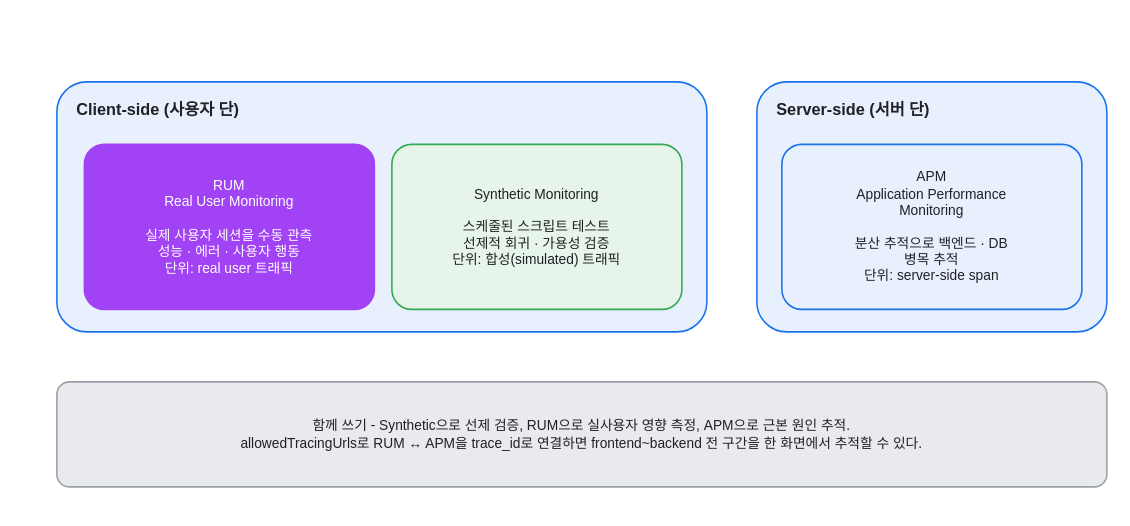
KKamJi98/kkamji98.github.io keeps this draw.io diagram as assets/img/observability/datadog-rum-03-positioning.drawio. Above is the earlier version. Source tidied: cells renumbered, new cells numbered last; positions are measured from the earlier drawing's top-left corner, leaving out a move shared by most shapes. Both pictures are drawn from the tidied source at 125%, with x=0, y=0 at pixel (56, 81).
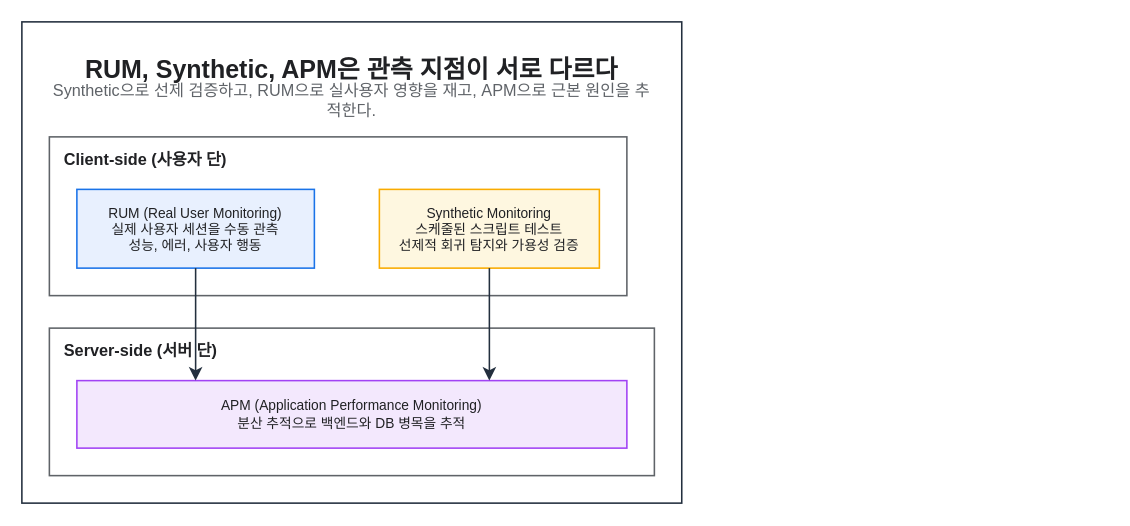
After the change.

What changed in the source:
```diff
@@
 <mxGraphModel background="#FFFFFF">
   <root>
     <mxCell id="0" />
     <mxCell id="1" parent="0" />
+    <mxCell id="8" style="rounded=0;html=0;fillColor=none;strokeColor=#232F3E;fontColor=#202124;strokeWidth=1.25;" parent="1" vertex="1">
+      <mxGeometry x="-28" y="-48" width="527.9" height="385" as="geometry" />
+    </mxCell>
+    <mxCell id="9" value="RUM, Synthetic, APM은 관측 지점이 서로 다르다" style="text;html=0;whiteSpace=wrap;fillColor=none;strokeColor=none;fontColor=#202124;fontSize=20;fontStyle=1;align=center;verticalAlign=middle;" parent="1" vertex="1">
+      <mxGeometry x="-6" y="-26" width="483.9" height="30" as="geometry" />
+    </mxCell>
+    <mxCell id="10" value="Synthetic으로 선제 검증하고, RUM으로 실사용자 영향을 재고, APM으로 근본 원인을 추적한다." style="text;html=0;whiteSpace=wrap;fillColor=none;strokeColor=none;fontColor=#5F6368;fontSize=13;fontStyle=0;align=center;verticalAlign=middle;" parent="1" vertex="1">
+      <mxGeometry x="-6" y="4" width="483.9" height="22" as="geometry" />
+    </mxCell>
-    <mxCell id="2" value="Client-side (사용자 단)" style="rounded=1;whiteSpace=wrap;html=0;arcSize=12;shadow=0;fillColor=#E8F0FE;strokeColor=#1A73E8;fontColor=#202124;fontSize=13;fontStyle=1;verticalAlign=top;align=left;spacingTop=8;spacingLeft=14;strokeWidth=1.25;" parent="1" vertex="1">
-      <mxGeometry width="520" height="200" as="geometry" />
+    <mxCell id="2" value="Client-side (사용자 단)" style="rounded=0;whiteSpace=wrap;html=0;fillColor=none;strokeColor=#5F6368;fontColor=#202124;fontSize=13;fontStyle=1;align=left;verticalAlign=top;spacingLeft=10;spacingTop=4;strokeWidth=1.25;dashed=0;" parent="1" vertex="1">
+      <mxGeometry x="-6" y="44" width="462" height="127" as="geometry" />
     </mxCell>
-    <mxCell id="3" value="Server-side (서버 단)" style="rounded=1;whiteSpace=wrap;html=0;arcSize=12;shadow=0;fillColor=#E8F0FE;strokeColor=#1A73E8;fontColor=#202124;fontSize=13;fontStyle=1;verticalAlign=top;align=left;spacingTop=8;spacingLeft=14;strokeWidth=1.25;" parent="1" vertex="1">
-      <mxGeometry x="560" width="280" height="200" as="geometry" />
+    <mxCell id="3" value="Server-side (서버 단)" style="rounded=0;whiteSpace=wrap;html=0;fillColor=none;strokeColor=#5F6368;fontColor=#202124;fontSize=13;fontStyle=1;align=left;verticalAlign=top;spacingLeft=10;spacingTop=4;strokeWidth=1.25;dashed=0;" parent="1" vertex="1">
+      <mxGeometry x="-6" y="197" width="484" height="118" as="geometry" />
     </mxCell>
-    <mxCell id="4" value="RUM&#10;Real User Monitoring&#10;&#10;실제 사용자 세션을 수동 관측&#10;성능 · 에러 · 사용자 행동&#10;단위: real user 트래픽" style="rounded=1;whiteSpace=wrap;html=0;arcSize=12;shadow=0;fillColor=#A142F4;strokeColor=#A142F4;fontColor=#FFFFFF;fontSize=11;verticalAlign=middle;align=center;strokeWidth=1.25;" parent="1" vertex="1">
-      <mxGeometry x="22" y="50" width="232" height="132" as="geometry" />
-    </mxCell>
-    <mxCell id="5" value="Synthetic Monitoring&#10;&#10;스케줄된 스크립트 테스트&#10;선제적 회귀 · 가용성 검증&#10;단위: 합성(simulated) 트래픽" style="rounded=1;whiteSpace=wrap;html=0;arcSize=12;shadow=0;fillColor=#E6F4EA;strokeColor=#34A853;fontColor=#202124;fontSize=11;verticalAlign=middle;align=center;strokeWidth=1.25;" parent="1" vertex="1">
-      <mxGeometry x="268" y="50" width="232" height="132" as="geometry" />
-    </mxCell>
-    <mxCell id="6" value="APM&#10;Application Performance&#10;Monitoring&#10;&#10;분산 추적으로 백엔드 · DB&#10;병목 추적&#10;단위: server-side span" style="rounded=1;whiteSpace=wrap;html=0;arcSize=12;shadow=0;fillColor=#E8F0FE;strokeColor=#1A73E8;fontColor=#202124;fontSize=11;verticalAlign=middle;align=center;strokeWidth=1.25;" parent="1" vertex="1">
-      <mxGeometry x="580" y="50" width="240" height="132" as="geometry" />
-    </mxCell>
-    <mxCell id="7" value="함께 쓰기 - Synthetic으로 선제 검증, RUM으로 실사용자 영향 측정, APM으로 근본 원인 추적.&#10;allowedTracingUrls로 RUM ↔ APM을 trace_id로 연결하면 frontend~backend 전 구간을 한 화면에서 추적할 수 있다." style="rounded=1;whiteSpace=wrap;html=0;arcSize=12;shadow=0;fillColor=#E8EAED;strokeColor=#9AA0A6;fontColor=#202124;fontSize=11;verticalAlign=middle;align=center;strokeWidth=1.25;" parent="1" vertex="1">
-      <mxGeometry y="240" width="840" height="84" as="geometry" />
-    </mxCell>
+    <mxCell id="11" value="RUM (Real User Monitoring)&#10;실제 사용자 세션을 수동 관측&#10;성능, 에러, 사용자 행동" style="rounded=0;whiteSpace=wrap;html=0;fillColor=#E8F0FE;strokeColor=#1A73E8;fontColor=#202124;fontSize=11;fontStyle=0;align=center;verticalAlign=middle;spacingLeft=6;spacingRight=6;strokeWidth=1.25;" parent="1" vertex="1">
+      <mxGeometry x="16" y="86" width="190" height="63" as="geometry" />
+    </mxCell>
+    <mxCell id="12" value="Synthetic Monitoring&#10;스케줄된 스크립트 테스트&#10;선제적 회귀 탐지와 가용성 검증" style="rounded=0;whiteSpace=wrap;html=0;fillColor=#FEF7E0;strokeColor=#F9AB00;fontColor=#202124;fontSize=11;fontStyle=0;align=center;verticalAlign=middle;spacingLeft=6;spacingRight=6;strokeWidth=1.25;" parent="1" vertex="1">
+      <mxGeometry x="258" y="86" width="176" height="63" as="geometry" />
+    </mxCell>
+    <mxCell id="13" value="APM (Application Performance Monitoring)&#10;분산 추적으로 백엔드와 DB 병목을 추적" style="rounded=0;whiteSpace=wrap;html=0;fillColor=#F3E8FD;strokeColor=#A142F4;fontColor=#202124;fontSize=11;fontStyle=0;align=center;verticalAlign=middle;spacingLeft=6;spacingRight=6;strokeWidth=1.25;" parent="1" vertex="1">
+      <mxGeometry x="16" y="239" width="440" height="54" as="geometry" />
+    </mxCell>
+    <mxCell id="14" style="edgeStyle=orthogonalEdgeStyle;rounded=0;html=0;strokeColor=#232F3E;strokeWidth=1.25;endArrow=classic;endFill=1;endSize=7;fontSize=11;fontColor=#202124;labelBackgroundColor=none;jettySize=14;exitX=0.5;exitY=1;entryX=0.2159;entryY=0;exitDx=0;exitDy=0;entryDx=0;entryDy=0;" parent="1" edge="1" source="11" target="13">
+      <mxGeometry relative="1" as="geometry" />
+    </mxCell>
+    <mxCell id="15" style="edgeStyle=orthogonalEdgeStyle;rounded=0;html=0;strokeColor=#232F3E;strokeWidth=1.25;endArrow=classic;endFill=1;endSize=7;fontSize=11;fontColor=#202124;labelBackgroundColor=none;jettySize=14;exitX=0.5;exitY=1;entryX=0.75;entryY=0;exitDx=0;exitDy=0;entryDx=0;entryDy=0;" parent="1" edge="1" source="12" target="13">
+      <mxGeometry relative="1" as="geometry" />
+    </mxCell>
   </root>
 </mxGraphModel>
```
